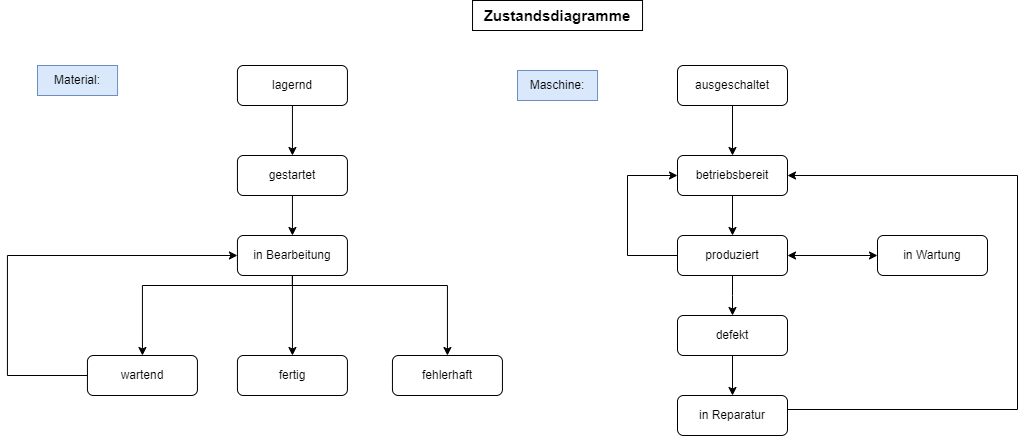
Above: docs/requirements/images/Zustandsdiagramme_Material_Maschine.png in RichardSchultz-gh/semiconductor-logistics-automation (draw.io), before the change. Source tidied: cells renumbered, new cells last; positions are measured from the earlier drawing's top-left corner, leaving out a move shared by most shapes. The source it was exported from:
```xml
<mxGraphModel background="#FFFFFF">
  <root>
    <mxCell id="0" />
    <mxCell id="1" parent="0" />
    <mxCell id="2" style="edgeStyle=orthogonalEdgeStyle;rounded=0;jettySize=auto;html=1;exitX=0.5;exitY=1;exitDx=0;exitDy=0;" parent="1" edge="1" source="3" target="8">
      <mxGeometry relative="1" as="geometry" />
    </mxCell>
    <mxCell id="3" value="lagernd" style="rounded=1;whiteSpace=wrap;html=1;" parent="1" vertex="1">
      <mxGeometry x="229.9" y="65" width="110" height="40" as="geometry" />
    </mxCell>
    <mxCell id="4" style="edgeStyle=orthogonalEdgeStyle;rounded=0;jettySize=auto;html=1;entryX=0.5;entryY=0;entryDx=0;entryDy=0;" parent="1" edge="1" source="6" target="11">
      <mxGeometry relative="1" as="geometry" />
    </mxCell>
    <mxCell id="5" style="edgeStyle=orthogonalEdgeStyle;rounded=0;jettySize=auto;html=1;entryX=0.5;entryY=0;entryDx=0;entryDy=0;" parent="1" edge="1" source="6" target="12">
      <mxGeometry relative="1" as="geometry">
        <Array as="points">
          <mxPoint x="284.9" y="285" />
          <mxPoint x="439.9" y="285" />
        </Array>
      </mxGeometry>
    </mxCell>
    <mxCell id="6" value="in Bearbeitung" style="rounded=1;whiteSpace=wrap;html=1;" parent="1" vertex="1">
      <mxGeometry x="229.9" y="235" width="110" height="40" as="geometry" />
    </mxCell>
    <mxCell id="7" style="edgeStyle=orthogonalEdgeStyle;rounded=0;jettySize=auto;html=1;exitX=0.5;exitY=1;exitDx=0;exitDy=0;" parent="1" edge="1" source="8" target="6">
      <mxGeometry relative="1" as="geometry" />
    </mxCell>
    <mxCell id="8" value="gestartet" style="rounded=1;whiteSpace=wrap;html=1;" parent="1" vertex="1">
      <mxGeometry x="229.9" y="155" width="110" height="40" as="geometry" />
    </mxCell>
    <mxCell id="9" style="edgeStyle=orthogonalEdgeStyle;rounded=0;jettySize=auto;html=1;entryX=0;entryY=0.5;entryDx=0;entryDy=0;" parent="1" edge="1" source="10" target="6">
      <mxGeometry relative="1" as="geometry">
        <Array as="points">
          <mxPoint x="-0.1" y="375" />
          <mxPoint x="-0.1" y="255" />
        </Array>
      </mxGeometry>
    </mxCell>
    <mxCell id="10" value="wartend" style="rounded=1;whiteSpace=wrap;html=1;" parent="1" vertex="1">
      <mxGeometry x="79.9" y="355" width="110" height="40" as="geometry" />
    </mxCell>
    <mxCell id="11" value="fertig" style="rounded=1;whiteSpace=wrap;html=1;" parent="1" vertex="1">
      <mxGeometry x="229.9" y="355" width="110" height="40" as="geometry" />
    </mxCell>
    <mxCell id="12" value="fehlerhaft" style="rounded=1;whiteSpace=wrap;html=1;" parent="1" vertex="1">
      <mxGeometry x="384.9" y="355" width="110" height="40" as="geometry" />
    </mxCell>
    <mxCell id="13" style="edgeStyle=orthogonalEdgeStyle;rounded=0;jettySize=auto;html=1;entryX=0.5;entryY=0;entryDx=0;entryDy=0;" parent="1" edge="1" source="14" target="19">
      <mxGeometry relative="1" as="geometry" />
    </mxCell>
    <mxCell id="14" value="betriebsbereit" style="rounded=1;whiteSpace=wrap;html=1;" parent="1" vertex="1">
      <mxGeometry x="670" y="155" width="110" height="40" as="geometry" />
    </mxCell>
    <mxCell id="15" style="edgeStyle=orthogonalEdgeStyle;rounded=0;jettySize=auto;html=1;" parent="1" edge="1" source="16" target="14">
      <mxGeometry relative="1" as="geometry" />
    </mxCell>
    <mxCell id="16" value="ausgeschaltet" style="rounded=1;whiteSpace=wrap;html=1;" parent="1" vertex="1">
      <mxGeometry x="670" y="65" width="110" height="40" as="geometry" />
    </mxCell>
    <mxCell id="17" style="edgeStyle=orthogonalEdgeStyle;rounded=0;jettySize=auto;html=1;entryX=0.5;entryY=0;entryDx=0;entryDy=0;" parent="1" edge="1" source="19">
      <mxGeometry relative="1" as="geometry">
        <mxPoint x="725" y="315" as="targetPoint" />
      </mxGeometry>
    </mxCell>
    <mxCell id="18" style="edgeStyle=orthogonalEdgeStyle;rounded=0;jettySize=auto;html=1;entryX=0;entryY=0.5;entryDx=0;entryDy=0;" parent="1" edge="1" source="19" target="14">
      <mxGeometry relative="1" as="geometry">
        <Array as="points">
          <mxPoint x="620" y="255" />
          <mxPoint x="620" y="175" />
        </Array>
      </mxGeometry>
    </mxCell>
    <mxCell id="19" value="produziert" style="rounded=1;whiteSpace=wrap;html=1;" parent="1" vertex="1">
      <mxGeometry x="670" y="235" width="110" height="40" as="geometry" />
    </mxCell>
    <mxCell id="20" value="in Wartung" style="rounded=1;whiteSpace=wrap;html=1;" parent="1" vertex="1">
      <mxGeometry x="870" y="235" width="110" height="40" as="geometry" />
    </mxCell>
    <mxCell id="21" style="edgeStyle=orthogonalEdgeStyle;rounded=0;jettySize=auto;html=1;exitX=0.5;exitY=0;exitDx=0;exitDy=0;entryX=1;entryY=0.5;entryDx=0;entryDy=0;" parent="1" edge="1" source="22" target="14">
      <mxGeometry relative="1" as="geometry">
        <Array as="points">
          <mxPoint x="1010" y="409" />
          <mxPoint x="1010" y="175" />
        </Array>
      </mxGeometry>
    </mxCell>
    <mxCell id="22" value="in Reparatur" style="rounded=1;whiteSpace=wrap;html=1;" parent="1" vertex="1">
      <mxGeometry x="670" y="395" width="110" height="40" as="geometry" />
    </mxCell>
    <mxCell id="23" style="edgeStyle=orthogonalEdgeStyle;rounded=0;jettySize=auto;html=1;" parent="1" edge="1" source="24" target="22">
      <mxGeometry relative="1" as="geometry" />
    </mxCell>
    <mxCell id="24" value="defekt" style="rounded=1;whiteSpace=wrap;html=1;" parent="1" vertex="1">
      <mxGeometry x="670" y="315" width="110" height="40" as="geometry" />
    </mxCell>
    <mxCell id="25" style="endArrow=classic;startArrow=classic;html=1;rounded=0;entryX=0;entryY=0.5;entryDx=0;entryDy=0;exitX=1;exitY=0.5;exitDx=0;exitDy=0;" parent="1" edge="1" source="19" target="20">
      <mxGeometry relative="1" as="geometry" />
    </mxCell>
    <mxCell id="26" style="edgeStyle=orthogonalEdgeStyle;rounded=0;jettySize=auto;html=1;entryX=0.5;entryY=0;entryDx=0;entryDy=0;" parent="1" edge="1" source="6" target="10">
      <mxGeometry relative="1" as="geometry">
        <Array as="points">
          <mxPoint x="284.9" y="285" />
          <mxPoint x="134.9" y="285" />
        </Array>
      </mxGeometry>
    </mxCell>
    <mxCell id="27" value="&lt;font style=&quot;font-size: 15px;&quot;&gt;&lt;b&gt;Zustandsdiagramme&lt;/b&gt;&lt;/font&gt;" style="text;html=1;strokeColor=default;fillColor=none;align=center;verticalAlign=middle;whiteSpace=wrap;rounded=0;" parent="1" vertex="1">
      <mxGeometry x="465" width="170" height="30" as="geometry" />
    </mxCell>
    <mxCell id="28" value="Material:" style="text;html=1;strokeColor=#6c8ebf;fillColor=#dae8fc;align=center;verticalAlign=middle;whiteSpace=wrap;rounded=0;" parent="1" vertex="1">
      <mxGeometry x="30" y="65" width="80.1" height="30" as="geometry" />
    </mxCell>
    <mxCell id="29" value="Maschine:" style="text;html=1;strokeColor=#6c8ebf;fillColor=#dae8fc;align=center;verticalAlign=middle;whiteSpace=wrap;rounded=0;" parent="1" vertex="1">
      <mxGeometry x="510" y="70" width="80.1" height="30" as="geometry" />
    </mxCell>
  </root>
</mxGraphModel>
```
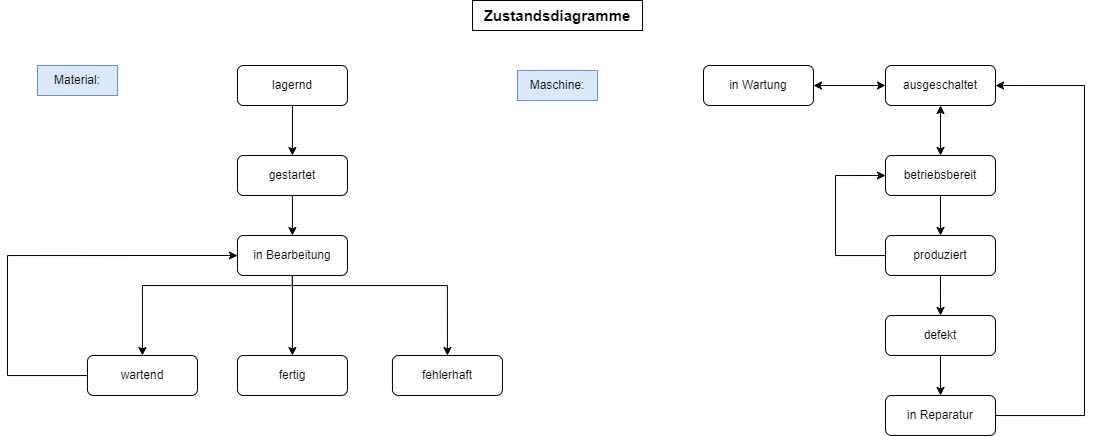
Above is the later version.

Change to the diagram source:
```diff
@@ -49,53 +49,48 @@
       <mxGeometry relative="1" as="geometry" />
     </mxCell>
     <mxCell id="14" value="betriebsbereit" style="rounded=1;whiteSpace=wrap;html=1;" parent="1" vertex="1">
-      <mxGeometry x="670" y="155" width="110" height="40" as="geometry" />
+      <mxGeometry x="878" y="155" width="110" height="40" as="geometry" />
     </mxCell>
-    <mxCell id="15" style="edgeStyle=orthogonalEdgeStyle;rounded=0;jettySize=auto;html=1;" parent="1" edge="1" source="16" target="14">
-      <mxGeometry relative="1" as="geometry" />
-    </mxCell>
     <mxCell id="16" value="ausgeschaltet" style="rounded=1;whiteSpace=wrap;html=1;" parent="1" vertex="1">
-      <mxGeometry x="670" y="65" width="110" height="40" as="geometry" />
+      <mxGeometry x="878" y="65" width="110" height="40" as="geometry" />
     </mxCell>
     <mxCell id="17" style="edgeStyle=orthogonalEdgeStyle;rounded=0;jettySize=auto;html=1;entryX=0.5;entryY=0;entryDx=0;entryDy=0;" parent="1" edge="1" source="19">
       <mxGeometry relative="1" as="geometry">
-        <mxPoint x="725" y="315" as="targetPoint" />
+        <mxPoint x="933" y="315" as="targetPoint" />
       </mxGeometry>
     </mxCell>
     <mxCell id="18" style="edgeStyle=orthogonalEdgeStyle;rounded=0;jettySize=auto;html=1;entryX=0;entryY=0.5;entryDx=0;entryDy=0;" parent="1" edge="1" source="19" target="14">
       <mxGeometry relative="1" as="geometry">
         <Array as="points">
-          <mxPoint x="620" y="255" />
-          <mxPoint x="620" y="175" />
+          <mxPoint x="828" y="255" />
+          <mxPoint x="828" y="175" />
         </Array>
       </mxGeometry>
     </mxCell>
     <mxCell id="19" value="produziert" style="rounded=1;whiteSpace=wrap;html=1;" parent="1" vertex="1">
-      <mxGeometry x="670" y="235" width="110" height="40" as="geometry" />
+      <mxGeometry x="878" y="235" width="110" height="40" as="geometry" />
     </mxCell>
     <mxCell id="20" value="in Wartung" style="rounded=1;whiteSpace=wrap;html=1;" parent="1" vertex="1">
-      <mxGeometry x="870" y="235" width="110" height="40" as="geometry" />
+      <mxGeometry x="696" y="65" width="110" height="40" as="geometry" />
     </mxCell>
-    <mxCell id="21" style="edgeStyle=orthogonalEdgeStyle;rounded=0;jettySize=auto;html=1;exitX=0.5;exitY=0;exitDx=0;exitDy=0;entryX=1;entryY=0.5;entryDx=0;entryDy=0;" parent="1" edge="1" source="22" target="14">
+    <mxCell id="21" style="edgeStyle=orthogonalEdgeStyle;rounded=0;jettySize=auto;html=1;exitX=0.5;exitY=0;exitDx=0;exitDy=0;entryX=1;entryY=0.5;entryDx=0;entryDy=0;" parent="1" edge="1" source="22" target="16">
       <mxGeometry relative="1" as="geometry">
         <Array as="points">
-          <mxPoint x="1010" y="409" />
-          <mxPoint x="1010" y="175" />
+          <mxPoint x="933" y="415" />
+          <mxPoint x="1077" y="415" />
+          <mxPoint x="1077" y="85" />
         </Array>
       </mxGeometry>
     </mxCell>
     <mxCell id="22" value="in Reparatur" style="rounded=1;whiteSpace=wrap;html=1;" parent="1" vertex="1">
-      <mxGeometry x="670" y="395" width="110" height="40" as="geometry" />
+      <mxGeometry x="878" y="395" width="110" height="40" as="geometry" />
     </mxCell>
     <mxCell id="23" style="edgeStyle=orthogonalEdgeStyle;rounded=0;jettySize=auto;html=1;" parent="1" edge="1" source="24" target="22">
       <mxGeometry relative="1" as="geometry" />
     </mxCell>
     <mxCell id="24" value="defekt" style="rounded=1;whiteSpace=wrap;html=1;" parent="1" vertex="1">
-      <mxGeometry x="670" y="315" width="110" height="40" as="geometry" />
+      <mxGeometry x="878" y="315" width="110" height="40" as="geometry" />
     </mxCell>
-    <mxCell id="25" style="endArrow=classic;startArrow=classic;html=1;rounded=0;entryX=0;entryY=0.5;entryDx=0;entryDy=0;exitX=1;exitY=0.5;exitDx=0;exitDy=0;" parent="1" edge="1" source="19" target="20">
-      <mxGeometry relative="1" as="geometry" />
-    </mxCell>
     <mxCell id="26" style="edgeStyle=orthogonalEdgeStyle;rounded=0;jettySize=auto;html=1;entryX=0.5;entryY=0;entryDx=0;entryDy=0;" parent="1" edge="1" source="6" target="10">
       <mxGeometry relative="1" as="geometry">
         <Array as="points">
@@ -113,5 +108,11 @@
     <mxCell id="29" value="Maschine:" style="text;html=1;strokeColor=#6c8ebf;fillColor=#dae8fc;align=center;verticalAlign=middle;whiteSpace=wrap;rounded=0;" parent="1" vertex="1">
       <mxGeometry x="510" y="70" width="80.1" height="30" as="geometry" />
     </mxCell>
+    <mxCell id="30" style="endArrow=classic;startArrow=classic;html=1;rounded=0;exitX=0.5;exitY=0;exitDx=0;exitDy=0;entryX=0.5;entryY=1;entryDx=0;entryDy=0;" parent="1" edge="1" source="14" target="16">
+      <mxGeometry relative="1" as="geometry" />
+    </mxCell>
+    <mxCell id="31" style="endArrow=classic;startArrow=classic;html=1;rounded=0;exitX=1;exitY=0.5;exitDx=0;exitDy=0;entryX=0;entryY=0.5;entryDx=0;entryDy=0;" parent="1" edge="1" source="20" target="16">
+      <mxGeometry relative="1" as="geometry" />
+    </mxCell>
   </root>
 </mxGraphModel>
```
